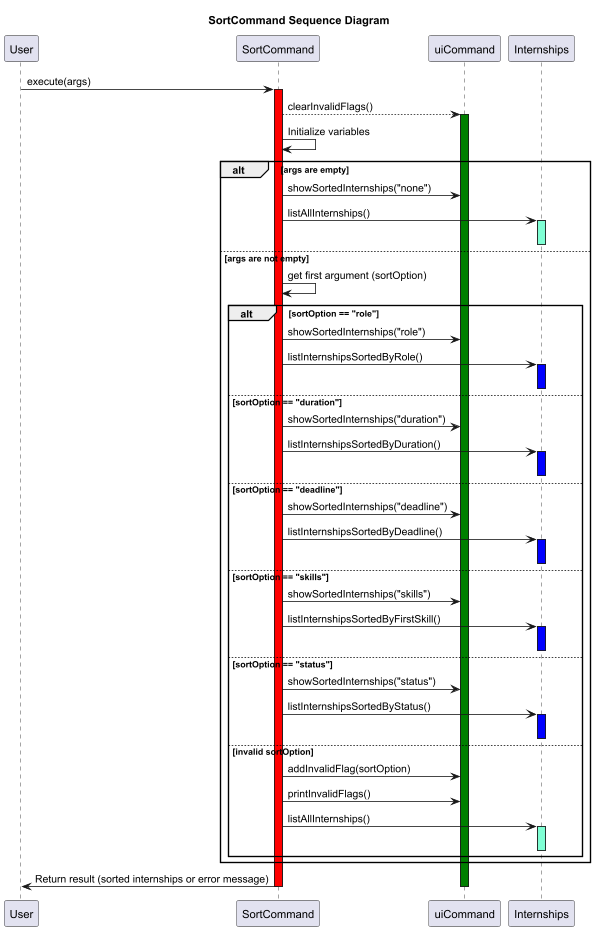
Earlier version of the PlantUML export docs/UML/SortCommand_Sequence_Diagram.png (nus-cs2113-AY2425S1/tp).
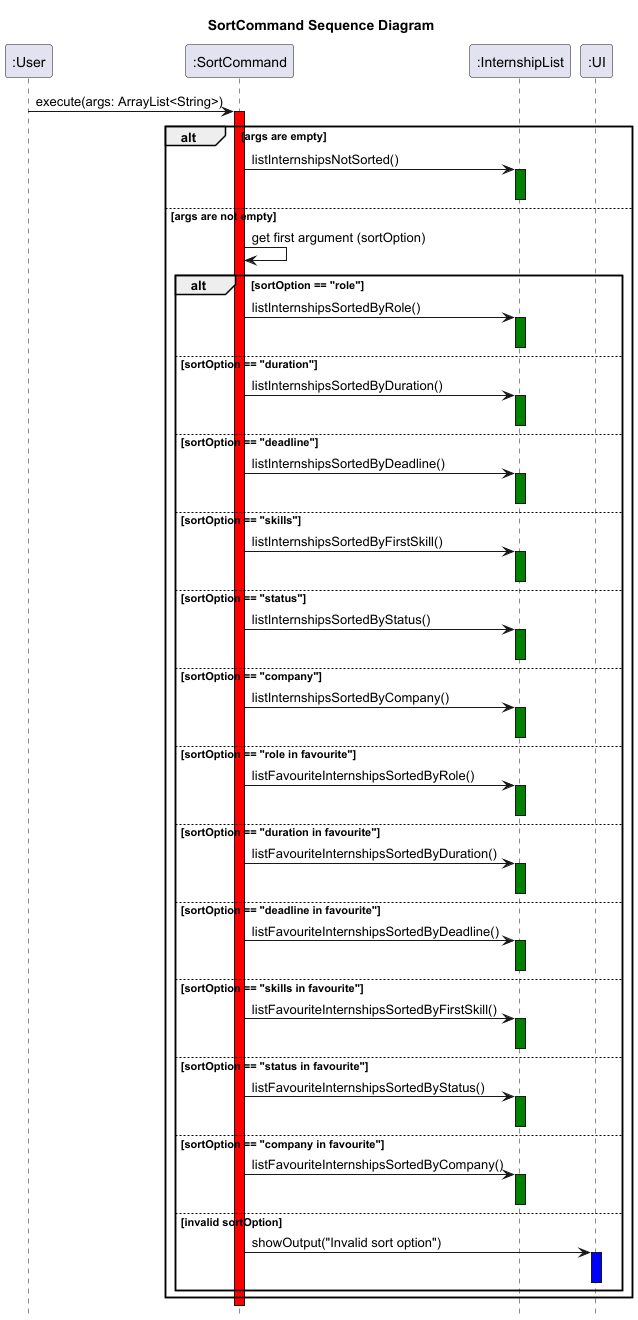
The same file after the commit.

Commit message:
add some assertion for the SortCommand and add sort company and sort company in favourite. Also modify UG and DG and update the sequence diagram for SortCommand

Change to the diagram source:
```diff
@@ -1,66 +1,72 @@
 @startuml
 title SortCommand Sequence Diagram
+hide footbox
 
-participant User
-participant SortCommand
-participant uiCommand
-participant Internships
-
-User->SortCommand: execute(args)
-activate SortCommand #red
-SortCommand --> uiCommand: clearInvalidFlags()
-activate uiCommand #green
-SortCommand -> SortCommand : Initialize variables
+":User" -> ":SortCommand": execute(args: ArrayList<String>)
+activate ":SortCommand" #red
 
 alt args are empty
-    SortCommand -> uiCommand: showSortedInternships("none")
-    SortCommand -> Internships: listAllInternships()
-    activate Internships #aquamarine
-    deactivate Internships
+    ":SortCommand" -> ":InternshipList": listInternshipsNotSorted()
+    activate ":InternshipList" #green
+    deactivate ":InternshipList" #green
 else args are not empty
-    SortCommand -> SortCommand : get first argument (sortOption)
+    ":SortCommand" -> ":SortCommand": get first argument (sortOption)
 
     alt sortOption == "role"
-        SortCommand -> uiCommand: showSortedInternships("role")
-        SortCommand -> Internships: listInternshipsSortedByRole()
-        activate Internships #blue
-        deactivate Internships
+        ":SortCommand" -> ":InternshipList": listInternshipsSortedByRole()
+        activate ":InternshipList" #green
+        deactivate ":InternshipList" #green
+    else sortOption == "duration"
+        ":SortCommand" -> ":InternshipList": listInternshipsSortedByDuration()
+        activate ":InternshipList" #green
+        deactivate ":InternshipList" #green
+    else sortOption == "deadline"
+        ":SortCommand" -> ":InternshipList": listInternshipsSortedByDeadline()
+        activate ":InternshipList" #green
+        deactivate ":InternshipList" #green
+    else sortOption == "skills"
+        ":SortCommand" -> ":InternshipList": listInternshipsSortedByFirstSkill()
+        activate ":InternshipList" #green
+        deactivate ":InternshipList" #green
+    else sortOption == "status"
+        ":SortCommand" -> ":InternshipList": listInternshipsSortedByStatus()
+        activate ":InternshipList" #green
+        deactivate ":InternshipList" #green
+    else sortOption == "company"
+        ":SortCommand" -> ":InternshipList": listInternshipsSortedByCompany()
+        activate ":InternshipList" #green
+        deactivate ":InternshipList" #green
 
-    else sortOption == "duration"
-        SortCommand -> uiCommand: showSortedInternships("duration")
-        SortCommand -> Internships: listInternshipsSortedByDuration()
-        activate Internships #blue
-        deactivate Internships
-
-    else sortOption == "deadline"
-        SortCommand -> uiCommand: showSortedInternships("deadline")
-        SortCommand -> Internships: listInternshipsSortedByDeadline()
-        activate Internships #blue
-        deactivate Internships
-
-    else sortOption == "skills"
-        SortCommand -> uiCommand: showSortedInternships("skills")
-        SortCommand -> Internships: listInternshipsSortedByFirstSkill()
-        activate Internships #blue
-        deactivate Internships
-
-    else sortOption == "status"
-        SortCommand -> uiCommand: showSortedInternships("status")
-        SortCommand -> Internships: listInternshipsSortedByStatus()
-        activate Internships #blue
-        deactivate Internships
+    else sortOption == "role in favourite"
+        ":SortCommand" -> ":InternshipList": listFavouriteInternshipsSortedByRole()
+        activate ":InternshipList" #green
+        deactivate ":InternshipList" #green
+    else sortOption == "duration in favourite"
+        ":SortCommand" -> ":InternshipList": listFavouriteInternshipsSortedByDuration()
+        activate ":InternshipList" #green
+        deactivate ":InternshipList" #green
+    else sortOption == "deadline in favourite"
+        ":SortCommand" -> ":InternshipList": listFavouriteInternshipsSortedByDeadline()
+        activate ":InternshipList" #green
+        deactivate ":InternshipList" #green
+    else sortOption == "skills in favourite"
+        ":SortCommand" -> ":InternshipList": listFavouriteInternshipsSortedByFirstSkill()
+        activate ":InternshipList" #green
+        deactivate ":InternshipList" #green
+    else sortOption == "status in favourite"
+        ":SortCommand" -> ":InternshipList": listFavouriteInternshipsSortedByStatus()
+        activate ":InternshipList" #green
+        deactivate ":InternshipList" #green
+    else sortOption == "company in favourite"
+        ":SortCommand" -> ":InternshipList": listFavouriteInternshipsSortedByCompany()
+        activate ":InternshipList" #green
+        deactivate ":InternshipList" #green
 
     else invalid sortOption
-        SortCommand -> uiCommand: addInvalidFlag(sortOption)
-        SortCommand -> uiCommand: printInvalidFlags()
-        SortCommand -> Internships: listAllInternships()
-        activate Internships #aquamarine
-        deactivate Internships
+        ":SortCommand" -> ":UI": showOutput("Invalid sort option")
+        activate ":UI" #blue
+        deactivate ":UI"
     end
 end
 
-SortCommand -> User: Return result (sorted internships or error message)
-deactivate uiCommand
-deactivate SortCommand
-
 @enduml
```
